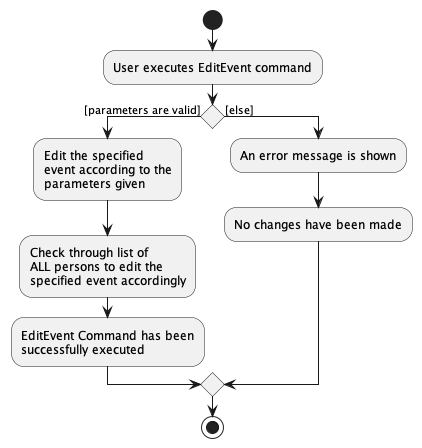
Earlier version of the PlantUML export docs/images/EditEventActivityDiagram.png (nus-cs2103-AY2223S2/tp). The source it was exported from:
```plantuml
@startuml
start
:User executes EditEvent command;


if () then ([parameters are valid])
    :Edit the specified
    event according to the
    parameters given;
    :Check through list of
    ALL persons to edit the
    specified event accordingly;
    :EditEvent Command has been
    successfully executed;
else ([else])
    :An error message is shown;
    :No changes have been made;
endif
stop
@enduml
```
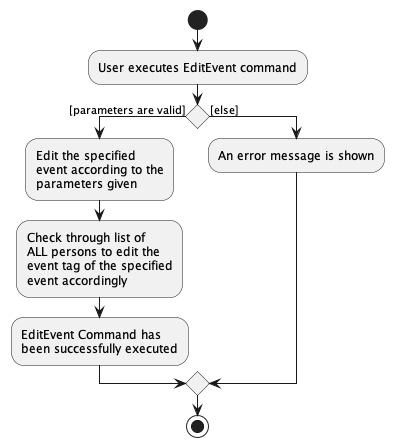
Later version of the same file.

Commit message:
Update EditEvent Activity Diagram in DG

Change to the diagram source:
```diff
@@ -9,12 +9,12 @@
     parameters given;
     :Check through list of
     ALL persons to edit the
-    specified event accordingly;
-    :EditEvent Command has been
-    successfully executed;
+    event tag of the specified
+    event accordingly;
+    :EditEvent Command has
+    been successfully executed;
 else ([else])
     :An error message is shown;
-    :No changes have been made;
 endif
 stop
 @enduml
```
